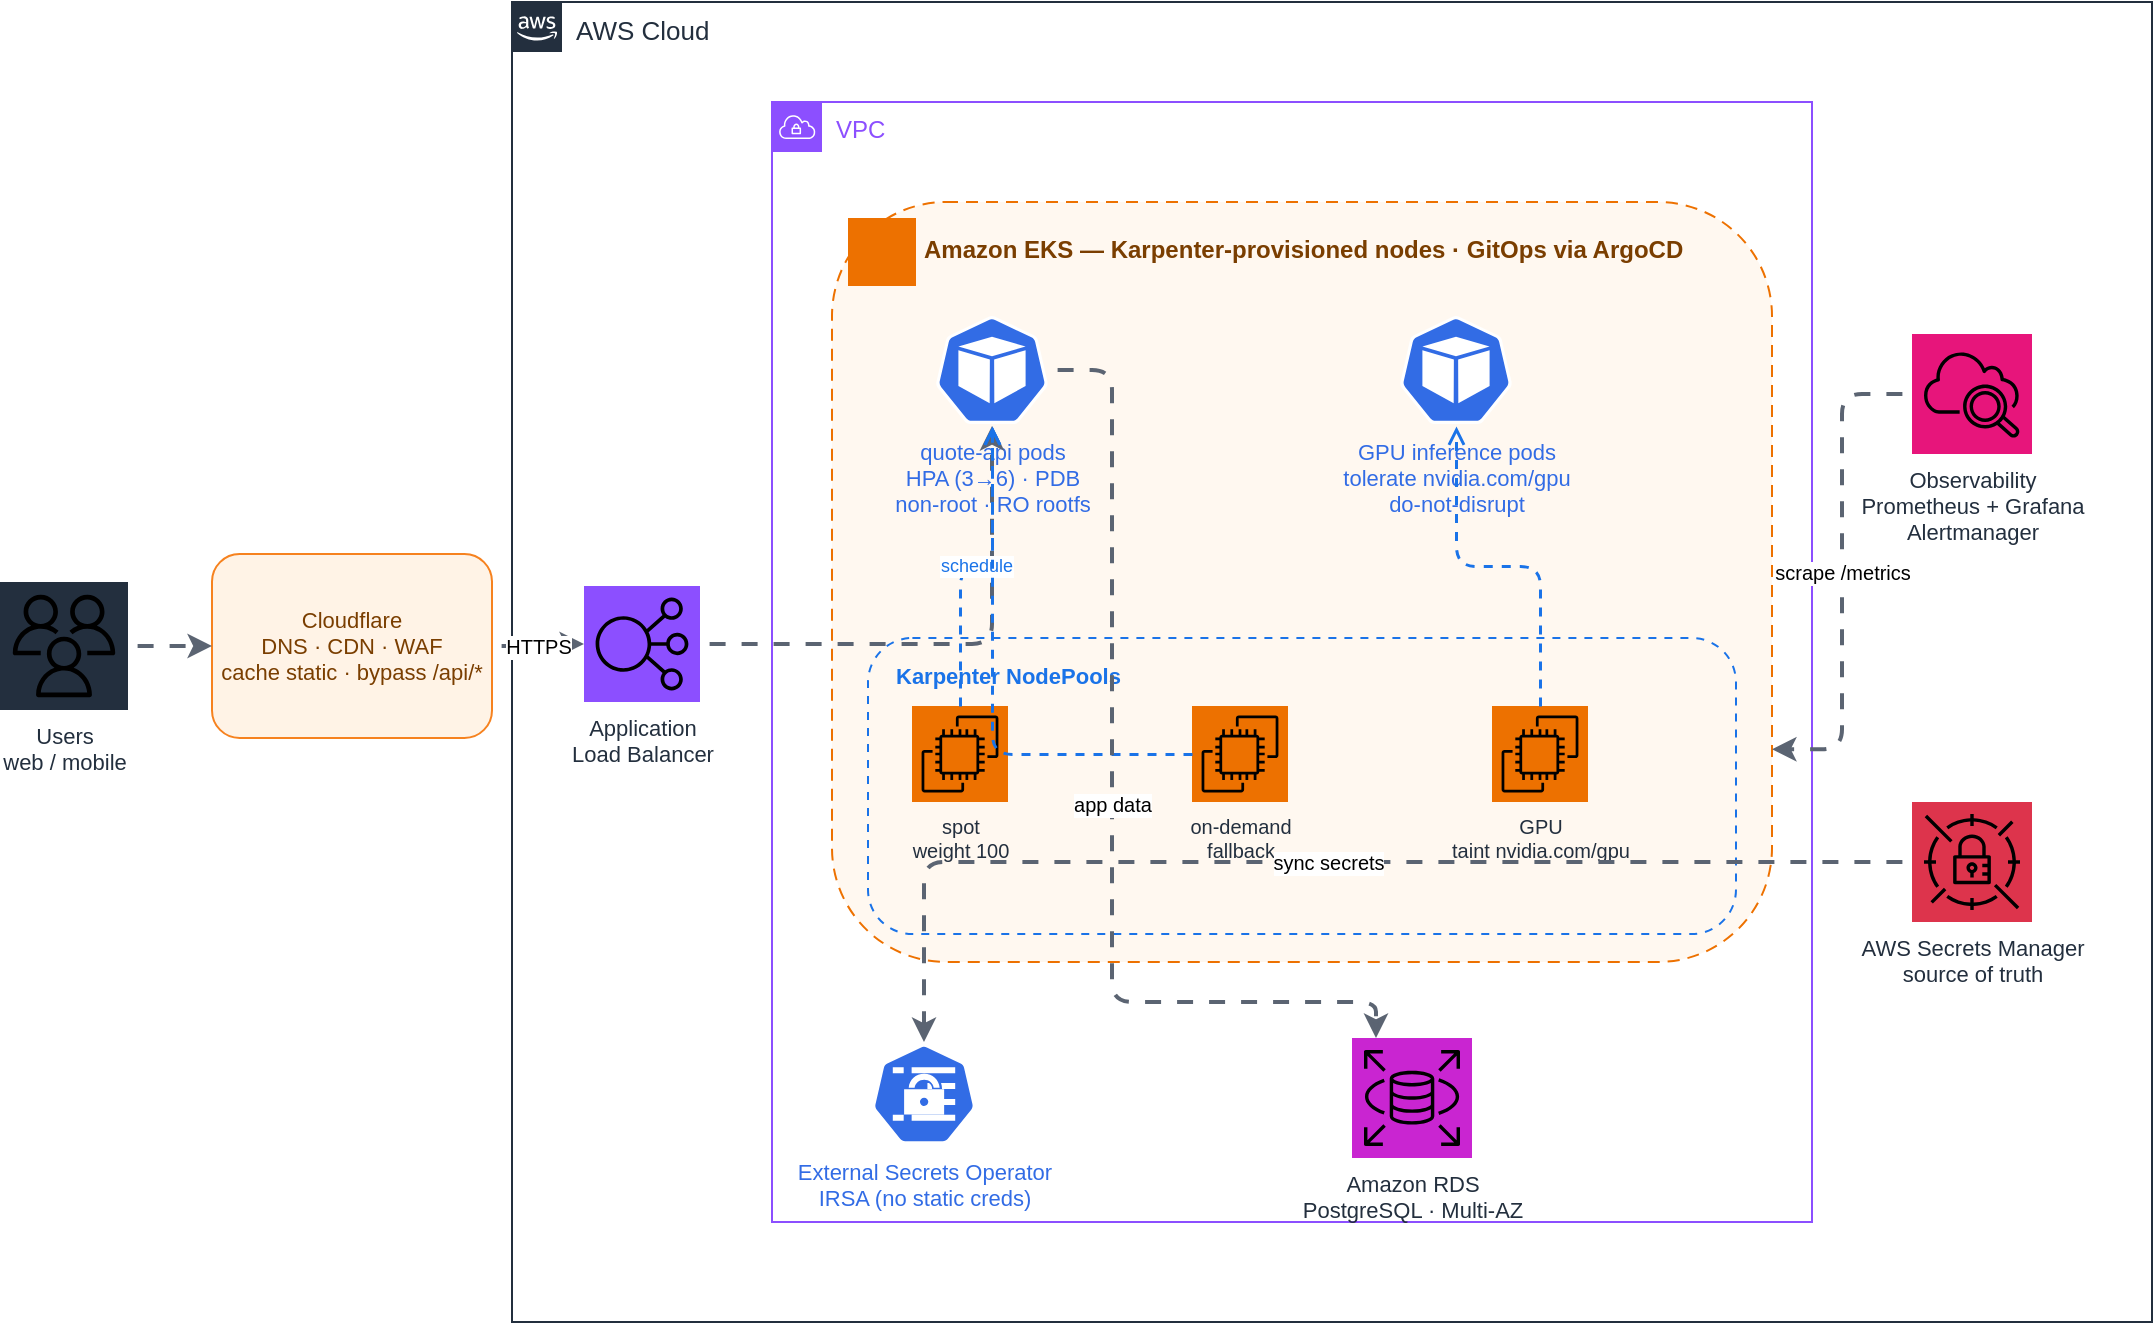
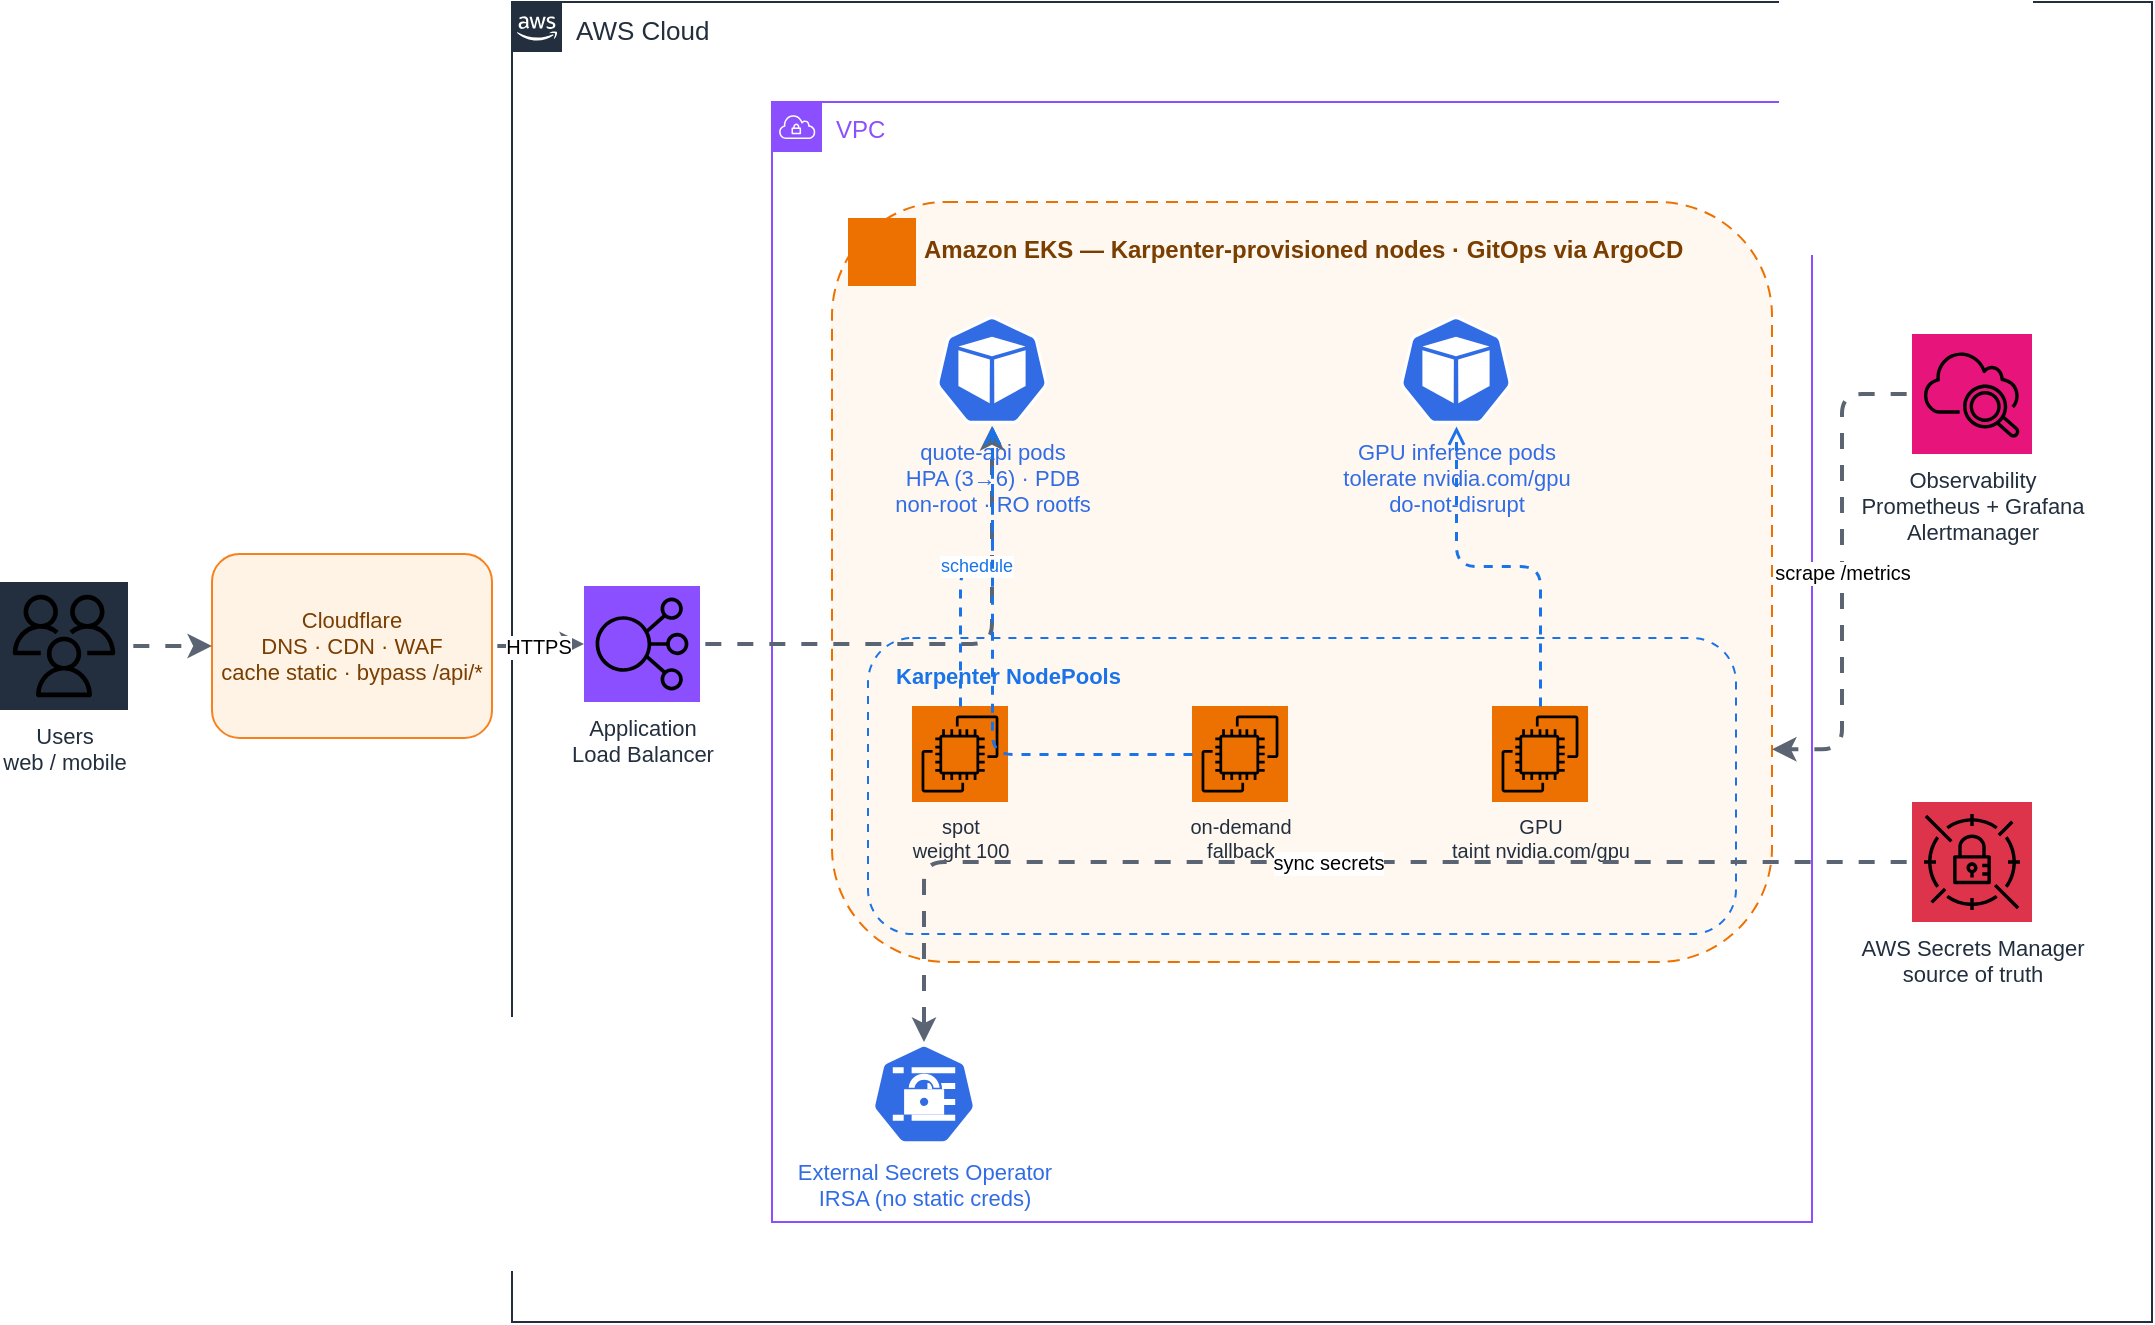
<mxfile host="app.diagrams.net" type="device">
  <diagram name="aws-production" id="aws-prod">
    <mxGraphModel dx="1400" dy="820" grid="0" gridSize="10" guides="1" tooltips="1" connect="1" arrows="1" fold="1" page="1" pageScale="1" pageWidth="1160" pageHeight="740" math="0" shadow="0">
      <root>
        <mxCell id="0"/>
        <mxCell id="1" parent="0"/>

        <mxCell id="awscloud" value="AWS Cloud" style="sketch=0;outlineConnect=0;gradientColor=none;html=1;whiteSpace=wrap;fontSize=13;fontStyle=0;container=0;pointerEvents=0;collapsible=0;recursiveResize=0;shape=mxgraph.aws4.group;grIcon=mxgraph.aws4.group_aws_cloud_alt;strokeColor=#232F3E;fillColor=none;verticalAlign=top;align=left;spacingLeft=30;fontColor=#232F3E;dashed=0;" vertex="1" parent="1"><mxGeometry x="300" y="40" width="820" height="660" as="geometry"/></mxCell>
        <mxCell id="vpc" value="VPC" style="sketch=0;outlineConnect=0;gradientColor=none;html=1;whiteSpace=wrap;fontSize=12;fontStyle=0;container=0;pointerEvents=0;collapsible=0;recursiveResize=0;shape=mxgraph.aws4.group;grIcon=mxgraph.aws4.group_vpc;strokeColor=#8C4FFF;fillColor=none;verticalAlign=top;align=left;spacingLeft=30;fontColor=#8C4FFF;dashed=0;" vertex="1" parent="1"><mxGeometry x="430" y="90" width="520" height="560" as="geometry"/></mxCell>
        <mxCell id="eksgrp" value="Amazon EKS  —  Karpenter-provisioned nodes · GitOps via ArgoCD" style="rounded=1;whiteSpace=wrap;html=1;dashed=1;dashPattern=6 4;strokeColor=#ED7100;fillColor=#FFF8F0;verticalAlign=top;align=left;spacingLeft=44;spacingTop=10;fontSize=12;fontStyle=1;fontColor=#7A3E00;" vertex="1" parent="1"><mxGeometry x="460" y="140" width="470" height="380" as="geometry"/></mxCell>
        <mxCell id="npgrp" value="Karpenter NodePools" style="rounded=1;whiteSpace=wrap;html=1;dashed=1;dashPattern=4 4;strokeColor=#1A73E8;fillColor=none;verticalAlign=top;align=left;spacingLeft=12;spacingTop=6;fontSize=11;fontStyle=1;fontColor=#1A73E8;" vertex="1" parent="1"><mxGeometry x="478" y="358" width="434" height="148" as="geometry"/></mxCell>

        <mxCell id="ekshdr" style="sketch=0;outlineConnect=0;fontColor=#232F3E;gradientColor=none;fillColor=#ED7100;strokeColor=none;dashed=0;verticalLabelPosition=right;verticalAlign=middle;align=left;spacingLeft=4;html=1;fontSize=10;fontStyle=0;aspect=fixed;shape=mxgraph.aws4.resourceIcon;resIcon=mxgraph.aws4.elastic_kubernetes_service;" vertex="1" parent="1"><mxGeometry x="468" y="148" width="34" height="34" as="geometry"/></mxCell>

        <mxCell id="users" value="Users&#10;web / mobile" style="sketch=0;outlineConnect=0;fontColor=#232F3E;gradientColor=none;fillColor=#232F3E;strokeColor=none;dashed=0;verticalLabelPosition=bottom;verticalAlign=top;align=center;html=1;fontSize=11;fontStyle=0;aspect=fixed;shape=mxgraph.aws4.resourceIcon;resIcon=mxgraph.aws4.users;" vertex="1" parent="1"><mxGeometry x="44" y="330" width="64" height="64" as="geometry"/></mxCell>
        <mxCell id="cf" value="Cloudflare&#10;DNS · CDN · WAF&#10;cache static · bypass /api/*" style="rounded=1;whiteSpace=wrap;html=1;fillColor=#FFF3E6;strokeColor=#F6821F;fontColor=#7A3E00;fontSize=11;" vertex="1" parent="1"><mxGeometry x="150" y="316" width="140" height="92" as="geometry"/></mxCell>

        <mxCell id="alb" value="Application&#10;Load Balancer" style="sketch=0;outlineConnect=0;fontColor=#232F3E;gradientColor=none;fillColor=#8C4FFF;strokeColor=none;dashed=0;verticalLabelPosition=bottom;verticalAlign=top;align=center;html=1;fontSize=11;fontStyle=0;aspect=fixed;shape=mxgraph.aws4.resourceIcon;resIcon=mxgraph.aws4.elastic_load_balancing;" vertex="1" parent="1"><mxGeometry x="336" y="332" width="58" height="58" as="geometry"/></mxCell>

        <mxCell id="qa" value="quote-api pods&#10;HPA (3→6) · PDB&#10;non-root · RO rootfs" style="sketch=0;outlineConnect=0;fontColor=#326CE5;gradientColor=none;fillColor=#326CE5;strokeColor=none;dashed=0;verticalLabelPosition=bottom;verticalAlign=top;align=center;html=1;fontSize=11;fontStyle=0;aspect=fixed;shape=mxgraph.kubernetes.icon;prIcon=pod;" vertex="1" parent="1"><mxGeometry x="512" y="196" width="56" height="56" as="geometry"/></mxCell>
        <mxCell id="gpu" value="GPU inference pods&#10;tolerate nvidia.com/gpu&#10;do-not-disrupt" style="sketch=0;outlineConnect=0;fontColor=#326CE5;gradientColor=none;fillColor=#326CE5;strokeColor=none;dashed=0;verticalLabelPosition=bottom;verticalAlign=top;align=center;html=1;fontSize=11;fontStyle=0;aspect=fixed;shape=mxgraph.kubernetes.icon;prIcon=pod;" vertex="1" parent="1"><mxGeometry x="744" y="196" width="56" height="56" as="geometry"/></mxCell>

        <mxCell id="ec2spot" value="spot&#10;weight 100" style="sketch=0;outlineConnect=0;fontColor=#232F3E;gradientColor=none;fillColor=#ED7100;strokeColor=none;dashed=0;verticalLabelPosition=bottom;verticalAlign=top;align=center;html=1;fontSize=10;fontStyle=0;aspect=fixed;shape=mxgraph.aws4.resourceIcon;resIcon=mxgraph.aws4.ec2;" vertex="1" parent="1"><mxGeometry x="500" y="392" width="48" height="48" as="geometry"/></mxCell>
        <mxCell id="ec2od" value="on-demand&#10;fallback" style="sketch=0;outlineConnect=0;fontColor=#232F3E;gradientColor=none;fillColor=#ED7100;strokeColor=none;dashed=0;verticalLabelPosition=bottom;verticalAlign=top;align=center;html=1;fontSize=10;fontStyle=0;aspect=fixed;shape=mxgraph.aws4.resourceIcon;resIcon=mxgraph.aws4.ec2;" vertex="1" parent="1"><mxGeometry x="640" y="392" width="48" height="48" as="geometry"/></mxCell>
        <mxCell id="ec2gpu" value="GPU&#10;taint nvidia.com/gpu" style="sketch=0;outlineConnect=0;fontColor=#232F3E;gradientColor=none;fillColor=#ED7100;strokeColor=none;dashed=0;verticalLabelPosition=bottom;verticalAlign=top;align=center;html=1;fontSize=10;fontStyle=0;aspect=fixed;shape=mxgraph.aws4.resourceIcon;resIcon=mxgraph.aws4.ec2;" vertex="1" parent="1"><mxGeometry x="790" y="392" width="48" height="48" as="geometry"/></mxCell>

        <mxCell id="eso" value="External Secrets Operator&#10;IRSA (no static creds)" style="sketch=0;outlineConnect=0;fontColor=#326CE5;gradientColor=none;fillColor=#326CE5;strokeColor=none;dashed=0;verticalLabelPosition=bottom;verticalAlign=top;align=center;html=1;fontSize=11;fontStyle=0;aspect=fixed;shape=mxgraph.kubernetes.icon;prIcon=secret;" vertex="1" parent="1"><mxGeometry x="480" y="560" width="52" height="52" as="geometry"/></mxCell>
-         <mxCell id="rds" value="Amazon RDS&#10;PostgreSQL · Multi-AZ" style="sketch=0;outlineConnect=0;fontColor=#232F3E;gradientColor=none;fillColor=#C925D1;strokeColor=none;dashed=0;verticalLabelPosition=bottom;verticalAlign=top;align=center;html=1;fontSize=11;fontStyle=0;aspect=fixed;shape=mxgraph.aws4.resourceIcon;resIcon=mxgraph.aws4.rds;" vertex="1" parent="1"><mxGeometry x="720" y="558" width="60" height="60" as="geometry"/></mxCell>

        <mxCell id="cw" value="Observability&#10;Prometheus + Grafana&#10;Alertmanager" style="sketch=0;outlineConnect=0;fontColor=#232F3E;gradientColor=none;fillColor=#E7157B;strokeColor=none;dashed=0;verticalLabelPosition=bottom;verticalAlign=top;align=center;html=1;fontSize=11;fontStyle=0;aspect=fixed;shape=mxgraph.aws4.resourceIcon;resIcon=mxgraph.aws4.cloudwatch_2;" vertex="1" parent="1"><mxGeometry x="1000" y="206" width="60" height="60" as="geometry"/></mxCell>
        <mxCell id="sm" value="AWS Secrets Manager&#10;source of truth" style="sketch=0;outlineConnect=0;fontColor=#232F3E;gradientColor=none;fillColor=#DD344C;strokeColor=none;dashed=0;verticalLabelPosition=bottom;verticalAlign=top;align=center;html=1;fontSize=11;fontStyle=0;aspect=fixed;shape=mxgraph.aws4.resourceIcon;resIcon=mxgraph.aws4.secrets_manager;" vertex="1" parent="1"><mxGeometry x="1000" y="440" width="60" height="60" as="geometry"/></mxCell>

        <mxCell id="e1" style="edgeStyle=orthogonalEdgeStyle;rounded=1;html=1;flowAnimation=1;strokeColor=#5B6472;strokeWidth=2;endArrow=classic;endFill=1;" edge="1" parent="1" source="users" target="cf"><mxGeometry relative="1" as="geometry"/></mxCell>
        <mxCell id="e2" value="HTTPS" style="edgeStyle=orthogonalEdgeStyle;rounded=1;html=1;flowAnimation=1;strokeColor=#5B6472;strokeWidth=2;endArrow=classic;endFill=1;fontSize=10;" edge="1" parent="1" source="cf" target="alb"><mxGeometry relative="1" as="geometry"/></mxCell>
        <mxCell id="e3" style="edgeStyle=orthogonalEdgeStyle;rounded=1;html=1;flowAnimation=1;strokeColor=#5B6472;strokeWidth=2;endArrow=classic;endFill=1;" edge="1" parent="1" source="alb" target="qa"><mxGeometry relative="1" as="geometry"/></mxCell>
        <mxCell id="e4" value="schedule" style="edgeStyle=orthogonalEdgeStyle;rounded=1;html=1;dashed=1;strokeColor=#1A73E8;strokeWidth=1.5;endArrow=open;fontSize=9;fontColor=#1A73E8;" edge="1" parent="1" source="ec2spot" target="qa"><mxGeometry relative="1" as="geometry"/></mxCell>
        <mxCell id="e5" style="edgeStyle=orthogonalEdgeStyle;rounded=1;html=1;dashed=1;strokeColor=#1A73E8;strokeWidth=1.5;endArrow=open;" edge="1" parent="1" source="ec2od" target="qa"><mxGeometry relative="1" as="geometry"/></mxCell>
        <mxCell id="e6" style="edgeStyle=orthogonalEdgeStyle;rounded=1;html=1;dashed=1;strokeColor=#1A73E8;strokeWidth=1.5;endArrow=open;" edge="1" parent="1" source="ec2gpu" target="gpu"><mxGeometry relative="1" as="geometry"/></mxCell>
-         <mxCell id="e7" value="app data" style="edgeStyle=orthogonalEdgeStyle;rounded=1;html=1;flowAnimation=1;strokeColor=#5B6472;strokeWidth=2;endArrow=classic;endFill=1;fontSize=10;exitX=1;exitY=0.5;exitDx=0;exitDy=0;entryX=0.2;entryY=0;entryDx=0;entryDy=0;" edge="1" parent="1" source="qa" target="rds"><mxGeometry relative="1" as="geometry"><Array as="points"><mxPoint x="600" y="224"/><mxPoint x="600" y="540"/></Array></mxGeometry></mxCell>
        <mxCell id="e8" value="scrape /metrics" style="edgeStyle=orthogonalEdgeStyle;rounded=1;html=1;flowAnimation=1;strokeColor=#5B6472;strokeWidth=2;endArrow=classic;endFill=1;fontSize=10;entryX=1;entryY=0.72;entryDx=0;entryDy=0;" edge="1" parent="1" source="cw" target="eksgrp"><mxGeometry relative="1" as="geometry"/></mxCell>
        <mxCell id="e9" value="sync secrets" style="edgeStyle=orthogonalEdgeStyle;rounded=1;html=1;flowAnimation=1;strokeColor=#5B6472;strokeWidth=2;endArrow=classic;endFill=1;fontSize=10;" edge="1" parent="1" source="sm" target="eso"><mxGeometry relative="1" as="geometry"/></mxCell>
      </root>
    </mxGraphModel>
  </diagram>
</mxfile>
